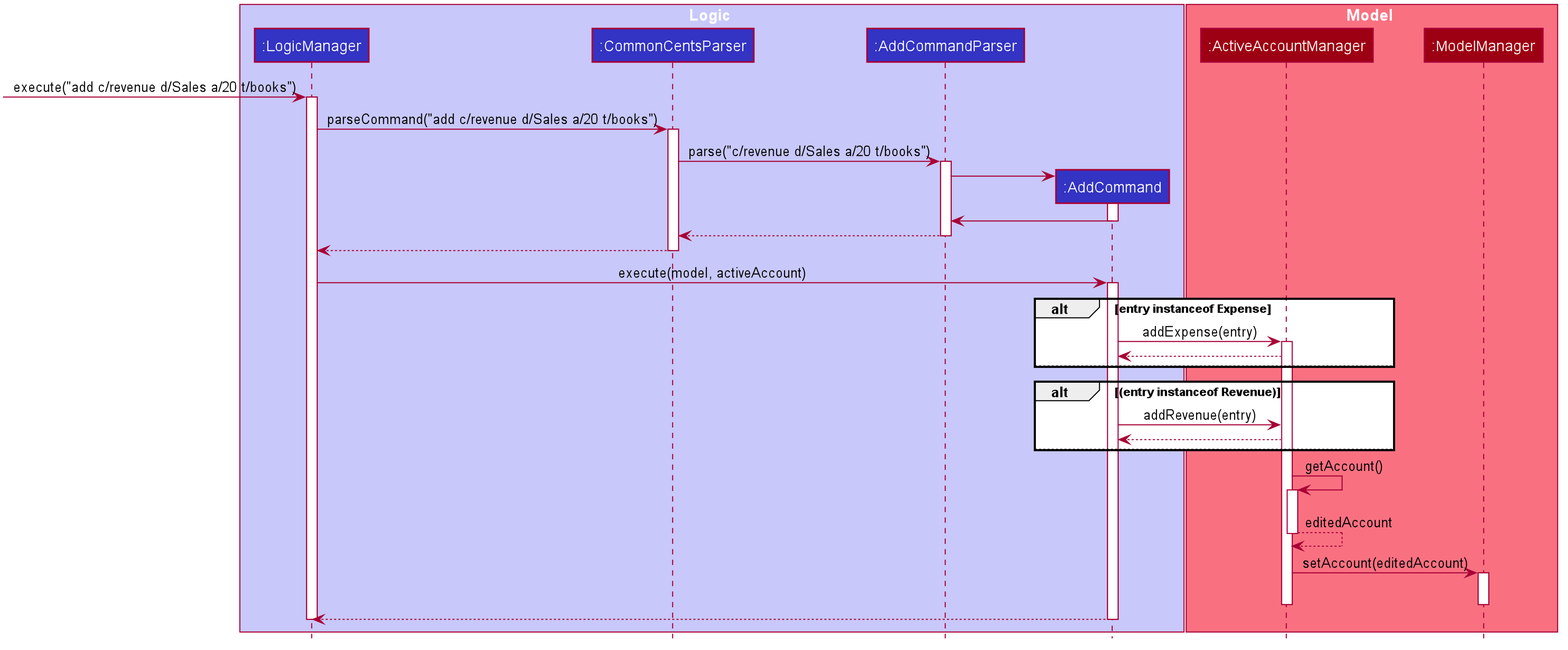
This is docs/images/AddSequenceDiagram.png from nus-cs2103-AY2021S1/tp, a PlantUML export, as it was before one commit.
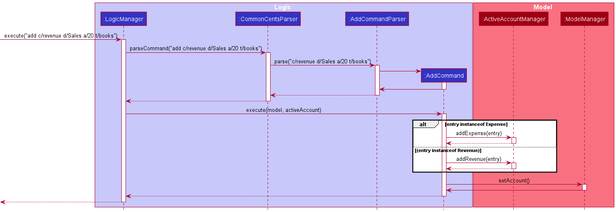
After the commit.

Change to the diagram source:
```diff
@@ -1,64 +1,16 @@
 @startuml
+!include style.puml
 
-
-
-
-
-
-
-
-
-skinparam BackgroundColor #FFFFFFF
-
-skinparam Shadowing false
-
-skinparam Class {
-    FontColor #FFFFFF
-    BorderThickness 1
-    BorderColor #FFFFFF
-    StereotypeFontColor #FFFFFF
-    FontName Arial
-}
-
-skinparam Actor {
-    BorderColor #000000
-    Color #000000
-    FontName Arial
-}
-
-skinparam Sequence {
-    MessageAlign center
-    BoxFontSize 15
-    BoxPadding 0
-    BoxFontColor #FFFFFF
-    FontName Arial
-}
-
-skinparam Participant {
-    FontColor #FFFFFFF
-    Padding 20
-}
-
-skinparam MinClassWidth 50
-skinparam ParticipantPadding 10
-skinparam Shadowing false
-skinparam DefaultTextAlignment center
-skinparam packageStyle Rectangle
-
-hide footbox
-hide members
-hide circle
-
-box Logic #C8C8FA
-participant ":LogicManager" as LogicManager #3333C4
-participant ":CommonCentsParser" as CommonCentsParser #3333C4
-participant ":AddCommandParser" as AddCommandParser #3333C4
-participant ":AddCommand" as AddCommand #3333C4
+box Logic LOGIC_COLOR_T1
+participant ":LogicManager" as LogicManager LOGIC_COLOR
+participant ":CommonCentsParser" as CommonCentsParser LOGIC_COLOR
+participant ":AddCommandParser" as AddCommandParser LOGIC_COLOR
+participant ":AddCommand" as AddCommand LOGIC_COLOR
 end box
 
-box Model #F97181
-participant ":ActiveAccountManager" as ActiveAccount #9D0012
-participant ":ModelManager" as Model #9D0012
+box Model MODEL_COLOR_T1
+participant ":ActiveAccountManager" as ActiveAccount MODEL_COLOR
+participant ":ModelManager" as Model MODEL_COLOR
 end box
 
 [-> LogicManager : execute("add c/revenue d/Sales a/20 t/books")
@@ -86,34 +38,31 @@
 LogicManager -> AddCommand: execute(model, activeAccount)
 activate AddCommand
 
-
 alt entry instanceof Expense
 AddCommand -> ActiveAccount: addExpense(entry)
 activate ActiveAccount
 
 ActiveAccount --> AddCommand
-else
-end
-
-alt (entry instanceof Revenue)
+deactivate ActiveAccount
+else (entry instanceof Revenue)
 AddCommand -> ActiveAccount: addRevenue(entry)
+activate ActiveAccount
 
 
 ActiveAccount --> AddCommand
-else
+deactivate ActiveAccount
+
 end
-autoactivate on
-ActiveAccount -> ActiveAccount: getAccount()
-return editedAccount
-autoactivate off
-ActiveAccount -> Model: setAccount(editedAccount)
+
+AddCommand -> Model: setAccount()
 activate Model
-deactivate ActiveAccount
+
+Model -> AddCommand
 deactivate Model
-
 
 AddCommand --> LogicManager
 deactivate AddCommand
 
+[<--LogicManager
 deactivate LogicManager
 @enduml
```
